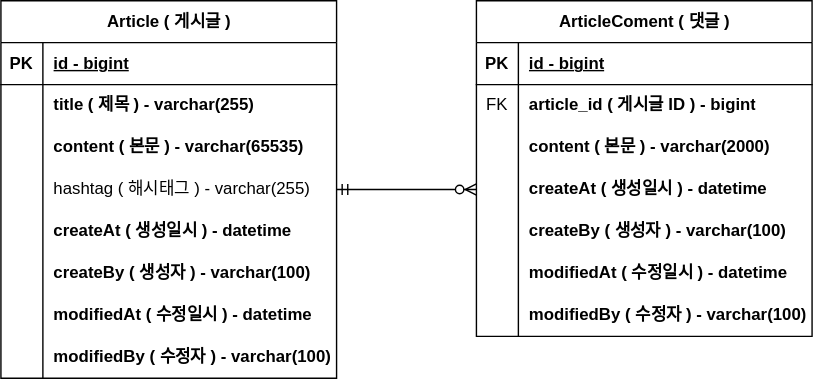
Before: document/proejct-board-erd.svg, a diagram exported from draw.io (flashrifle/project-board). Source tidied: cells renumbered, new cells last; positions are measured from the earlier drawing's top-left corner, leaving out a move shared by most shapes.
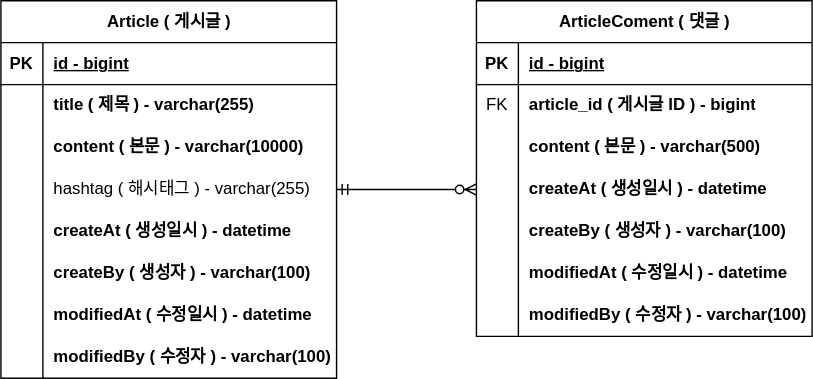
Above is the later version.

Commit message:
#10 - ERD 업데이트: content 사이즈 변경

What changed in the source:
```diff
@@ -29,7 +29,7 @@
     <mxCell id="10" style="shape=partialRectangle;fillColor=none;top=0;left=0;bottom=0;right=0;overflow=hidden;whiteSpace=wrap;html=1;" parent="9" vertex="1">
       <mxGeometry width="30" height="30" as="geometry" />
     </mxCell>
-    <mxCell id="11" value="content ( 본문 ) - varchar(65535)" style="shape=partialRectangle;fillColor=none;top=0;left=0;bottom=0;right=0;align=left;spacingLeft=6;overflow=hidden;whiteSpace=wrap;html=1;fontStyle=1;" parent="9" vertex="1">
+    <mxCell id="11" value="content ( 본문 ) - varchar(10000)" style="shape=partialRectangle;fillColor=none;top=0;left=0;bottom=0;right=0;align=left;spacingLeft=6;overflow=hidden;whiteSpace=wrap;html=1;fontStyle=1;" parent="9" vertex="1">
       <mxGeometry x="30" width="210" height="30" as="geometry" />
     </mxCell>
     <mxCell id="12" style="shape=tableRow;horizontal=0;startSize=0;swimlaneHead=0;swimlaneBody=0;fillColor=none;points=[[0,0.5],[1,0.5]];portConstraint=eastwest;top=0;left=0;right=0;bottom=0;" parent="2" vertex="1">
@@ -104,7 +104,7 @@
     <mxCell id="35" style="shape=partialRectangle;fillColor=none;top=0;left=0;bottom=0;right=0;overflow=hidden;whiteSpace=wrap;html=1;" parent="34" vertex="1">
       <mxGeometry width="30" height="30" as="geometry" />
     </mxCell>
-    <mxCell id="36" value="content ( 본문 ) - varchar(2000)" style="shape=partialRectangle;fillColor=none;top=0;left=0;bottom=0;right=0;align=left;spacingLeft=6;overflow=hidden;whiteSpace=wrap;html=1;fontStyle=1;" parent="34" vertex="1">
+    <mxCell id="36" value="content ( 본문 ) - varchar(500)" style="shape=partialRectangle;fillColor=none;top=0;left=0;bottom=0;right=0;align=left;spacingLeft=6;overflow=hidden;whiteSpace=wrap;html=1;fontStyle=1;" parent="34" vertex="1">
       <mxGeometry x="30" width="210" height="30" as="geometry" />
     </mxCell>
     <mxCell id="37" style="shape=tableRow;horizontal=0;startSize=0;swimlaneHead=0;swimlaneBody=0;fillColor=none;points=[[0,0.5],[1,0.5]];portConstraint=eastwest;top=0;left=0;right=0;bottom=0;" parent="27" vertex="1">
```
